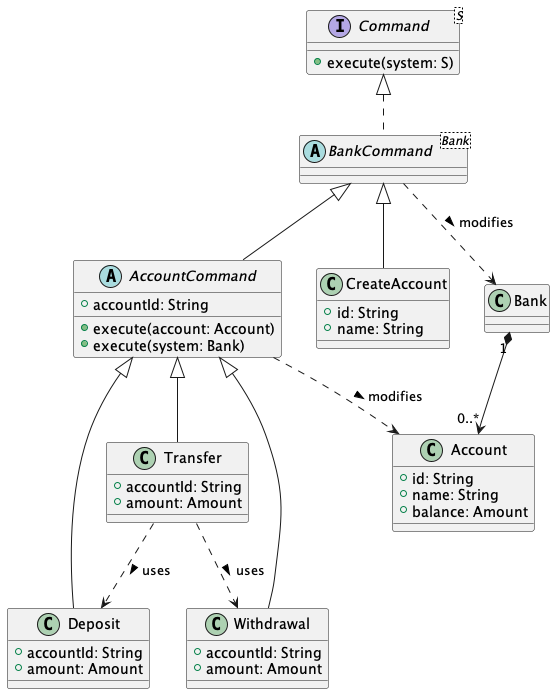
Before: bank.png, a diagram exported from PlantUML (xrrocha/kmemimg). Source of this version:
```plantuml
@startuml
class Bank {
}
class Account {
    + id: String
    + name: String
    + balance: Amount
}
Bank "1" *--> "0..*" Account

interface Command<S> {
    + execute(system: S)
}

abstract class BankCommand<Bank>
Command <|.. BankCommand
BankCommand ..> Bank: modifies >

class CreateAccount {
    + id: String
    + name: String
}
BankCommand <|-- CreateAccount

abstract class AccountCommand {
    + accountId: String
    + execute(account: Account)
    + execute(system: Bank)
}
BankCommand <|-- AccountCommand
AccountCommand ..> Account: modifies >

class Deposit extends AccountCommand {
    + accountId: String
    + amount: Amount
}

class Withdrawal extends AccountCommand {
    + accountId: String
    + amount: Amount
}

class Transfer extends AccountCommand {
    + accountId: String
    + amount: Amount
}
Transfer ..> Deposit: uses >
Transfer ..> Withdrawal: uses >

@enduml
```
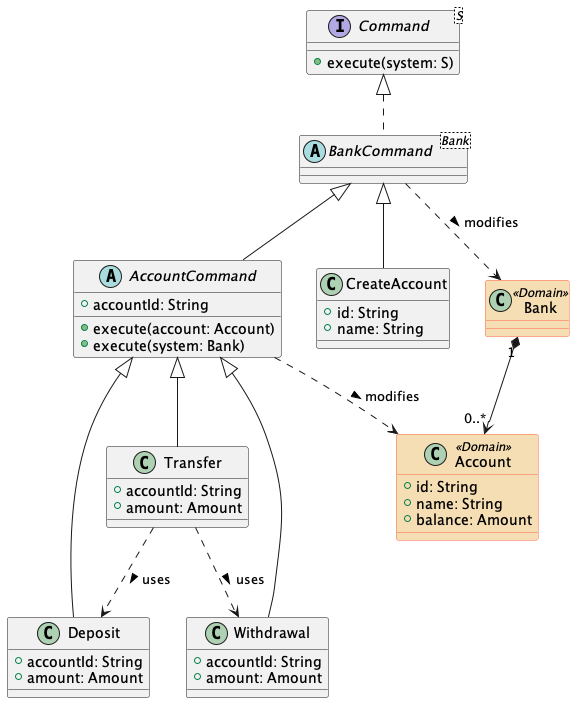
The same file after the commit.

Commit message:
Added bank UML class diagram

Diff of the diagram source:
```diff
@@ -1,7 +1,12 @@
 @startuml
-class Bank {
+skinparam class {
+    BackgroundColor<<Domain>> Wheat
+    BorderColor<<Domain>> Tomato
 }
-class Account {
+
+class Bank <<Domain>> {
+}
+class Account <<Domain>> {
     + id: String
     + name: String
     + balance: Amount
```
